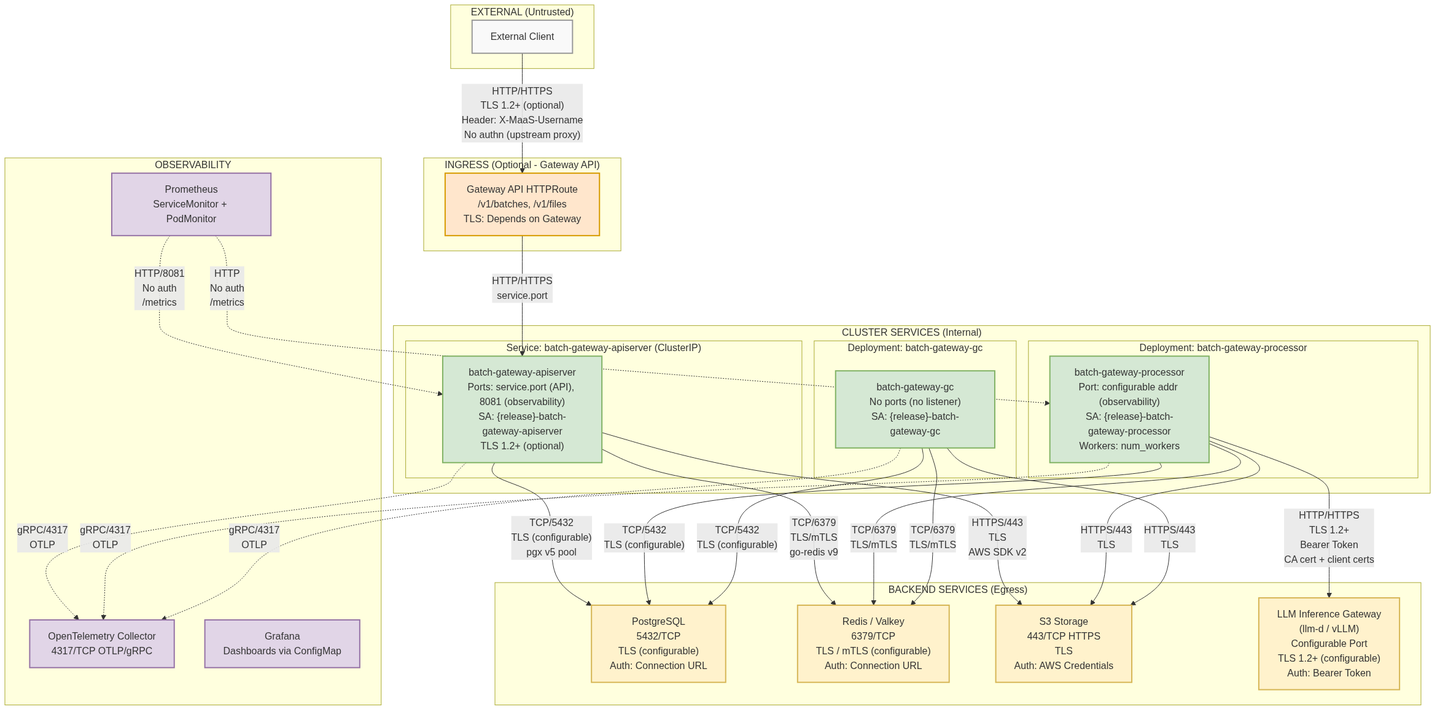
rhuss/architecture-context keeps this Mermaid diagram as architecture/rhoai.next/diagrams/batch-gateway-security-network.png. Above is the earlier version. Its source is kept beside it as architecture/rhoai.next/diagrams/batch-gateway-security-network.mmd.
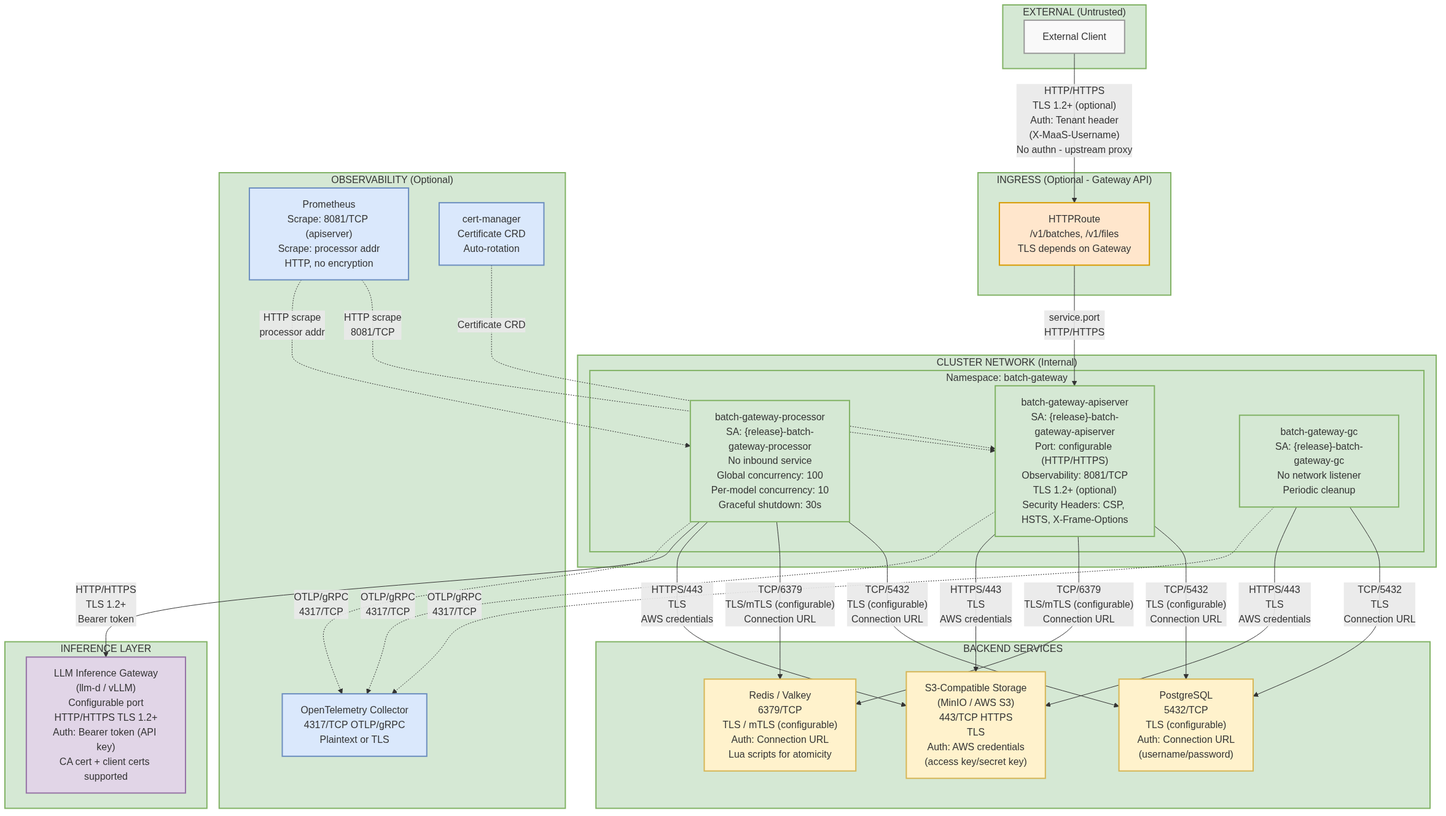
After the commit.

What changed in the source:
```diff
@@ -4,68 +4,75 @@
     end
 
     subgraph Ingress["INGRESS (Optional - Gateway API)"]
-        HTTPRoute["Gateway API HTTPRoute<br/>/v1/batches, /v1/files<br/>TLS: Depends on Gateway"]
+        HTTPRoute["HTTPRoute<br/>/v1/batches, /v1/files<br/>TLS depends on Gateway"]
     end
 
-    subgraph ClusterServices["CLUSTER SERVICES (Internal)"]
+    subgraph Cluster["CLUSTER NETWORK (Internal)"]
         direction TB
 
-        subgraph ApiserverSvc["Service: batch-gateway-apiserver (ClusterIP)"]
-            Apiserver["batch-gateway-apiserver<br/>Ports: service.port (API), 8081 (observability)<br/>SA: {release}-batch-gateway-apiserver<br/>TLS 1.2+ (optional)"]
-        end
+        subgraph NS_BG["Namespace: batch-gateway"]
+            direction TB
 
-        subgraph ProcessorDeploy["Deployment: batch-gateway-processor"]
-            Processor["batch-gateway-processor<br/>Port: configurable addr (observability)<br/>SA: {release}-batch-gateway-processor<br/>Workers: num_workers"]
-        end
+            Apiserver["batch-gateway-apiserver<br/>SA: {release}-batch-gateway-apiserver<br/>Port: configurable (HTTP/HTTPS)<br/>Observability: 8081/TCP<br/>TLS 1.2+ (optional)<br/>Security Headers: CSP, HSTS, X-Frame-Options"]
 
-        subgraph GCDeploy["Deployment: batch-gateway-gc"]
-            GCPod["batch-gateway-gc<br/>No ports (no listener)<br/>SA: {release}-batch-gateway-gc"]
+            Processor["batch-gateway-processor<br/>SA: {release}-batch-gateway-processor<br/>No inbound service<br/>Global concurrency: 100<br/>Per-model concurrency: 10<br/>Graceful shutdown: 30s"]
+
+            GC["batch-gateway-gc<br/>SA: {release}-batch-gateway-gc<br/>No network listener<br/>Periodic cleanup"]
         end
     end
 
-    subgraph BackendServices["BACKEND SERVICES (Egress)"]
-        PG["PostgreSQL<br/>5432/TCP<br/>TLS (configurable)<br/>Auth: Connection URL"]
-        Redis["Redis / Valkey<br/>6379/TCP<br/>TLS / mTLS (configurable)<br/>Auth: Connection URL"]
-        S3["S3 Storage<br/>443/TCP HTTPS<br/>TLS<br/>Auth: AWS Credentials"]
-        InferenceGW["LLM Inference Gateway<br/>(llm-d / vLLM)<br/>Configurable Port<br/>TLS 1.2+ (configurable)<br/>Auth: Bearer Token"]
+    subgraph BackendServices["BACKEND SERVICES"]
+        direction TB
+
+        PostgreSQL["PostgreSQL<br/>5432/TCP<br/>TLS (configurable)<br/>Auth: Connection URL<br/>(username/password)"]
+
+        Redis["Redis / Valkey<br/>6379/TCP<br/>TLS / mTLS (configurable)<br/>Auth: Connection URL<br/>Lua scripts for atomicity"]
+
+        S3["S3-Compatible Storage<br/>(MinIO / AWS S3)<br/>443/TCP HTTPS<br/>TLS<br/>Auth: AWS credentials<br/>(access key/secret key)"]
     end
 
-    subgraph Observability["OBSERVABILITY"]
-        Prometheus["Prometheus<br/>ServiceMonitor + PodMonitor"]
-        OTel["OpenTelemetry Collector<br/>4317/TCP OTLP/gRPC"]
-        Grafana["Grafana<br/>Dashboards via ConfigMap"]
+    subgraph InferenceLayer["INFERENCE LAYER"]
+        LLM["LLM Inference Gateway<br/>(llm-d / vLLM)<br/>Configurable port<br/>HTTP/HTTPS TLS 1.2+<br/>Auth: Bearer token (API key)<br/>CA cert + client certs supported"]
     end
 
-    Client -->|"HTTP/HTTPS<br/>TLS 1.2+ (optional)<br/>Header: X-MaaS-Username<br/>No authn (upstream proxy)"| HTTPRoute
-    HTTPRoute -->|"HTTP/HTTPS<br/>service.port"| Apiserver
+    subgraph Observability["OBSERVABILITY (Optional)"]
+        OTel["OpenTelemetry Collector<br/>4317/TCP OTLP/gRPC<br/>Plaintext or TLS"]
+        Prometheus["Prometheus<br/>Scrape: 8081/TCP (apiserver)<br/>Scrape: processor addr<br/>HTTP, no encryption"]
+        CertManager["cert-manager<br/>Certificate CRD<br/>Auto-rotation"]
+    end
 
-    Apiserver -->|"TCP/5432<br/>TLS (configurable)<br/>pgx v5 pool"| PG
-    Apiserver -->|"TCP/6379<br/>TLS/mTLS<br/>go-redis v9"| Redis
-    Apiserver -->|"HTTPS/443<br/>TLS<br/>AWS SDK v2"| S3
+    Client -->|"HTTP/HTTPS<br/>TLS 1.2+ (optional)<br/>Auth: Tenant header<br/>(X-MaaS-Username)<br/>No authn - upstream proxy"| HTTPRoute
+    HTTPRoute -->|"service.port<br/>HTTP/HTTPS"| Apiserver
 
-    Processor -->|"TCP/5432<br/>TLS (configurable)"| PG
-    Processor -->|"TCP/6379<br/>TLS/mTLS"| Redis
-    Processor -->|"HTTPS/443<br/>TLS"| S3
-    Processor -->|"HTTP/HTTPS<br/>TLS 1.2+<br/>Bearer Token<br/>CA cert + client certs"| InferenceGW
+    Apiserver -->|"TCP/5432<br/>TLS (configurable)<br/>Connection URL"| PostgreSQL
+    Apiserver -->|"TCP/6379<br/>TLS/mTLS (configurable)<br/>Connection URL"| Redis
+    Apiserver -->|"HTTPS/443<br/>TLS<br/>AWS credentials"| S3
 
-    GCPod -->|"TCP/5432<br/>TLS (configurable)"| PG
-    GCPod -->|"TCP/6379<br/>TLS/mTLS"| Redis
-    GCPod -->|"HTTPS/443<br/>TLS"| S3
+    Processor -->|"TCP/5432<br/>TLS (configurable)<br/>Connection URL"| PostgreSQL
+    Processor -->|"TCP/6379<br/>TLS/mTLS (configurable)<br/>Connection URL"| Redis
+    Processor -->|"HTTPS/443<br/>TLS<br/>AWS credentials"| S3
+    Processor -->|"HTTP/HTTPS<br/>TLS 1.2+<br/>Bearer token"| LLM
 
-    Prometheus -.->|"HTTP/8081<br/>No auth<br/>/metrics"| Apiserver
-    Prometheus -.->|"HTTP<br/>No auth<br/>/metrics"| Processor
-    Apiserver -.->|"gRPC/4317<br/>OTLP"| OTel
-    Processor -.->|"gRPC/4317<br/>OTLP"| OTel
-    GCPod -.->|"gRPC/4317<br/>OTLP"| OTel
+    GC -->|"TCP/5432<br/>TLS<br/>Connection URL"| PostgreSQL
+    GC -->|"HTTPS/443<br/>TLS<br/>AWS credentials"| S3
+
+    Apiserver -.->|"OTLP/gRPC<br/>4317/TCP"| OTel
+    Processor -.->|"OTLP/gRPC<br/>4317/TCP"| OTel
+    GC -.->|"OTLP/gRPC<br/>4317/TCP"| OTel
+    Prometheus -.->|"HTTP scrape<br/>8081/TCP"| Apiserver
+    Prometheus -.->|"HTTP scrape<br/>processor addr"| Processor
+    CertManager -.->|"Certificate CRD"| Apiserver
 
     classDef external fill:#f9f9f9,stroke:#999,stroke-width:2px
     classDef ingress fill:#ffe6cc,stroke:#d79b00,stroke-width:2px
-    classDef clusterservice fill:#d5e8d4,stroke:#82b366,stroke-width:2px
+    classDef cluster fill:#d5e8d4,stroke:#82b366,stroke-width:2px
     classDef backend fill:#fff2cc,stroke:#d6b656,stroke-width:2px
-    classDef observability fill:#e1d5e7,stroke:#9673a6,stroke-width:2px
+    classDef inference fill:#e1d5e7,stroke:#9673a6,stroke-width:2px
+    classDef observability fill:#dae8fc,stroke:#6c8ebf,stroke-width:2px
 
     class Client external
     class HTTPRoute ingress
-    class Apiserver,Processor,GCPod clusterservice
-    class PG,Redis,S3,InferenceGW backend
-    class Prometheus,OTel,Grafana observability
+    class Apiserver,Processor,GC cluster
+    class PostgreSQL,Redis,S3 backend
+    class LLM inference
+    class OTel,Prometheus,CertManager observability
```
